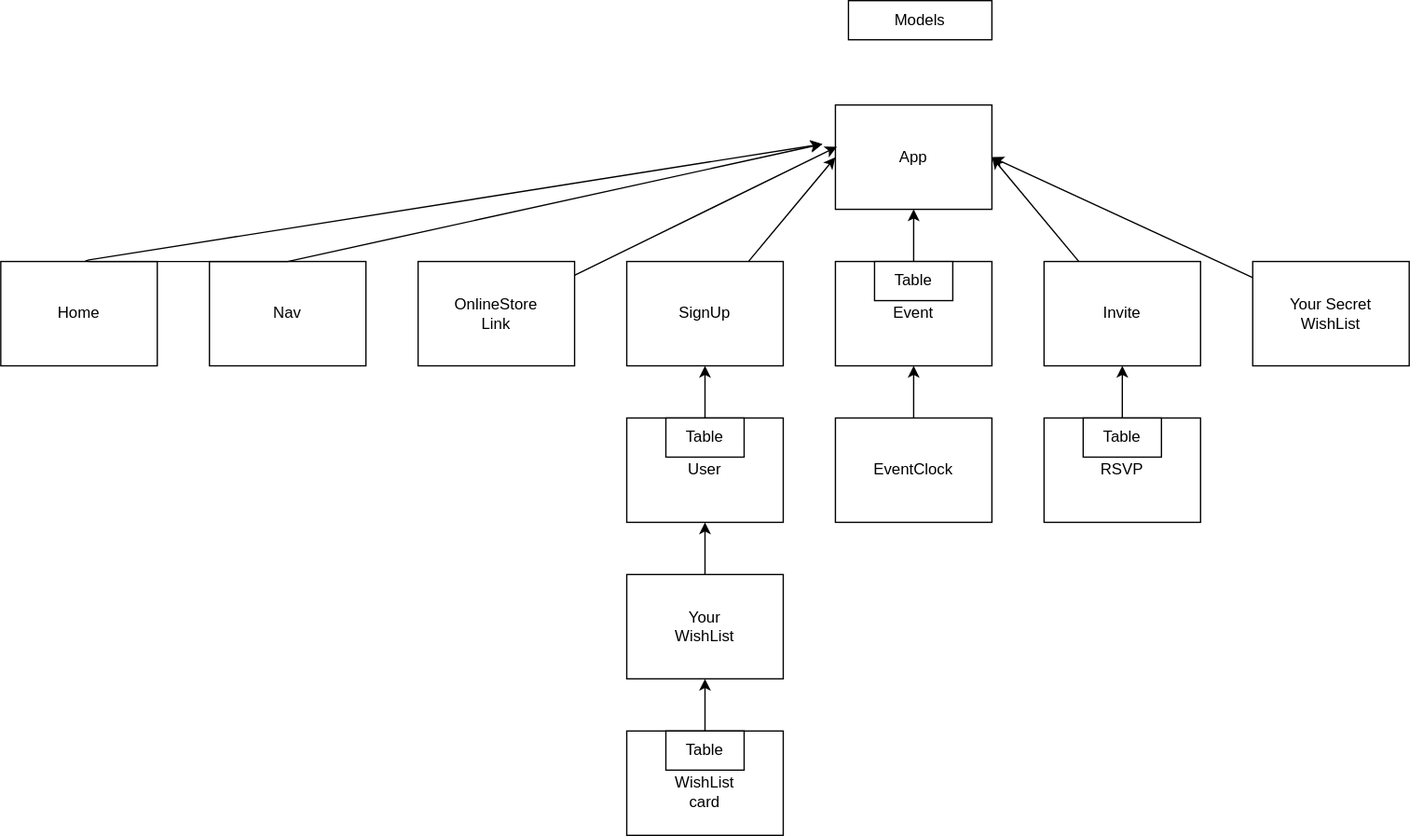
Above: Diagram/.drawio.svg in ChloeCCPeng/Phase-4-project-secret-santa (draw.io), before the change. Source tidied: cells renumbered, new cells last; positions are measured from the earlier drawing's top-left corner, leaving out a move shared by most shapes.
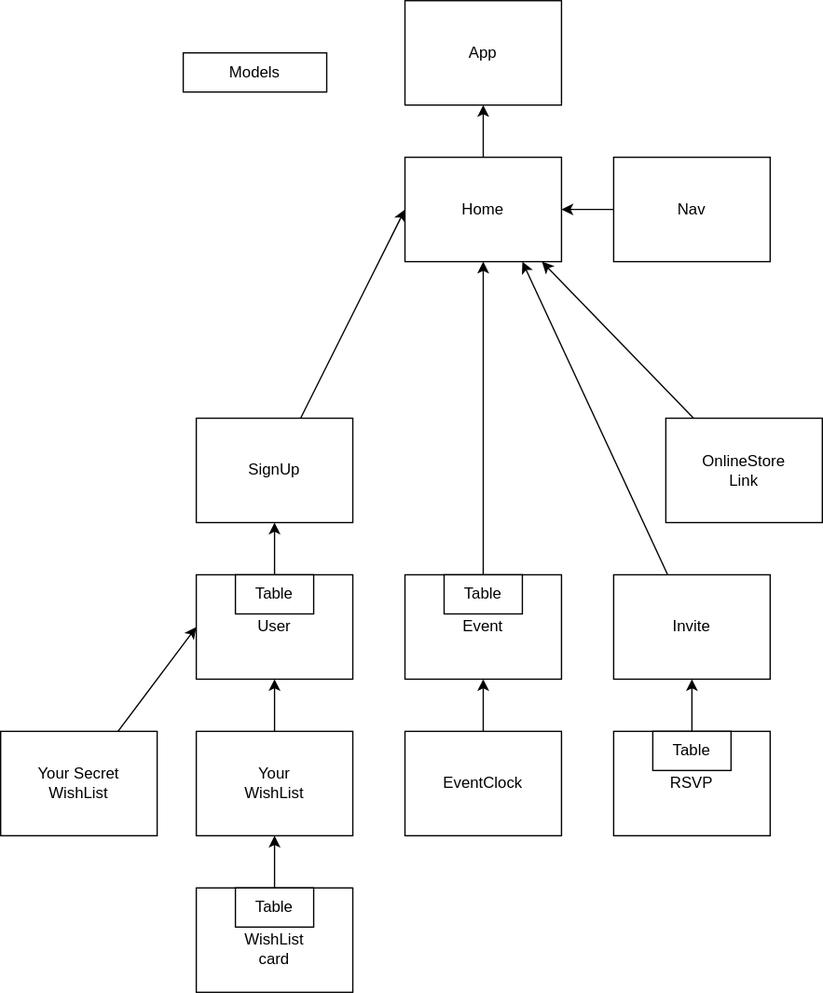
After the change.

Change to the diagram source:
```diff
@@ -3,103 +3,94 @@
     <mxCell id="0" />
     <mxCell id="1" parent="0" />
     <mxCell id="2" value="App" style="rounded=0;whiteSpace=wrap;html=1;" parent="1" vertex="1">
-      <mxGeometry x="640" y="80" width="120" height="80" as="geometry" />
+      <mxGeometry x="640" y="-80" width="120" height="80" as="geometry" />
     </mxCell>
-    <mxCell id="3" style="edgeStyle=none;html=1;entryX=0;entryY=0.5;entryDx=0;entryDy=0;" parent="1" edge="1" source="4" target="2">
-      <mxGeometry relative="1" as="geometry" />
-    </mxCell>
+    <mxCell id="32" style="edgeStyle=none;html=1;entryX=0;entryY=0.5;entryDx=0;entryDy=0;" parent="1" edge="1" source="4" target="25">
+      <mxGeometry relative="1" as="geometry" />
+    </mxCell>
     <mxCell id="4" value="SignUp" style="rounded=0;whiteSpace=wrap;html=1;" parent="1" vertex="1">
-      <mxGeometry x="480" y="200" width="120" height="80" as="geometry" />
+      <mxGeometry x="480" y="240" width="120" height="80" as="geometry" />
     </mxCell>
-    <mxCell id="5" style="edgeStyle=none;html=1;" parent="1" edge="1" source="6" target="2">
+    <mxCell id="5" style="edgeStyle=none;html=1;startArrow=none;" parent="1" edge="1" source="25" target="2">
       <mxGeometry relative="1" as="geometry" />
     </mxCell>
+    <mxCell id="33" style="edgeStyle=none;html=1;entryX=0.5;entryY=1;entryDx=0;entryDy=0;" parent="1" edge="1" source="6" target="25">
+      <mxGeometry relative="1" as="geometry" />
+    </mxCell>
     <mxCell id="6" value="Event" style="rounded=0;whiteSpace=wrap;html=1;" parent="1" vertex="1">
-      <mxGeometry x="640" y="200" width="120" height="80" as="geometry" />
+      <mxGeometry x="640" y="360" width="120" height="80" as="geometry" />
     </mxCell>
     <mxCell id="7" style="edgeStyle=none;html=1;" parent="1" edge="1" source="8" target="22">
       <mxGeometry relative="1" as="geometry" />
     </mxCell>
     <mxCell id="8" value="Your&lt;br&gt;WishList" style="rounded=0;whiteSpace=wrap;html=1;" parent="1" vertex="1">
-      <mxGeometry x="480" y="440" width="120" height="80" as="geometry" />
+      <mxGeometry x="480" y="480" width="120" height="80" as="geometry" />
     </mxCell>
-    <mxCell id="9" style="edgeStyle=none;html=1;entryX=1;entryY=0.5;entryDx=0;entryDy=0;" parent="1" edge="1" source="10" target="2">
-      <mxGeometry relative="1" as="geometry" />
-    </mxCell>
+    <mxCell id="34" style="edgeStyle=none;html=1;entryX=0.75;entryY=1;entryDx=0;entryDy=0;" parent="1" edge="1" source="10" target="25">
+      <mxGeometry relative="1" as="geometry" />
+    </mxCell>
     <mxCell id="10" value="Invite" style="rounded=0;whiteSpace=wrap;html=1;" parent="1" vertex="1">
-      <mxGeometry x="800" y="200" width="120" height="80" as="geometry" />
+      <mxGeometry x="800" y="360" width="120" height="80" as="geometry" />
     </mxCell>
     <mxCell id="11" style="edgeStyle=none;html=1;" parent="1" edge="1" source="12" target="6">
       <mxGeometry relative="1" as="geometry" />
     </mxCell>
     <mxCell id="12" value="EventClock" style="rounded=0;whiteSpace=wrap;html=1;" parent="1" vertex="1">
-      <mxGeometry x="640" y="320" width="120" height="80" as="geometry" />
+      <mxGeometry x="640" y="480" width="120" height="80" as="geometry" />
     </mxCell>
-    <mxCell id="13" style="edgeStyle=none;html=1;entryX=0.01;entryY=0.4;entryDx=0;entryDy=0;entryPerimeter=0;" parent="1" edge="1" source="14" target="2">
-      <mxGeometry relative="1" as="geometry" />
-    </mxCell>
+    <mxCell id="35" style="edgeStyle=none;html=1;entryX=0.875;entryY=1;entryDx=0;entryDy=0;entryPerimeter=0;" parent="1" edge="1" source="14" target="25">
+      <mxGeometry relative="1" as="geometry" />
+    </mxCell>
     <mxCell id="14" value="OnlineStore&lt;br&gt;Link" style="rounded=0;whiteSpace=wrap;html=1;" parent="1" vertex="1">
-      <mxGeometry x="320" y="200" width="120" height="80" as="geometry" />
+      <mxGeometry x="840" y="240" width="120" height="80" as="geometry" />
     </mxCell>
     <mxCell id="15" style="edgeStyle=none;html=1;" parent="1" edge="1" source="16" target="10">
       <mxGeometry relative="1" as="geometry" />
     </mxCell>
     <mxCell id="16" value="RSVP" style="rounded=0;whiteSpace=wrap;html=1;" parent="1" vertex="1">
-      <mxGeometry x="800" y="320" width="120" height="80" as="geometry" />
+      <mxGeometry x="800" y="480" width="120" height="80" as="geometry" />
     </mxCell>
     <mxCell id="17" style="edgeStyle=none;html=1;" parent="1" edge="1" source="18" target="8">
       <mxGeometry relative="1" as="geometry" />
     </mxCell>
     <mxCell id="18" value="&lt;br&gt;WishList&lt;br&gt;card" style="rounded=0;whiteSpace=wrap;html=1;" parent="1" vertex="1">
-      <mxGeometry x="480" y="560" width="120" height="80" as="geometry" />
+      <mxGeometry x="480" y="600" width="120" height="80" as="geometry" />
     </mxCell>
-    <mxCell id="19" style="edgeStyle=none;html=1;" parent="1" edge="1" source="20">
-      <mxGeometry relative="1" as="geometry">
-        <mxPoint x="760" y="120" as="targetPoint" />
-      </mxGeometry>
-    </mxCell>
+    <mxCell id="36" style="edgeStyle=none;html=1;entryX=0;entryY=0.5;entryDx=0;entryDy=0;" parent="1" edge="1" source="20" target="22">
+      <mxGeometry relative="1" as="geometry" />
+    </mxCell>
     <mxCell id="20" value="Your Secret&amp;nbsp;&lt;br&gt;WishList" style="rounded=0;whiteSpace=wrap;html=1;" parent="1" vertex="1">
-      <mxGeometry x="960" y="200" width="120" height="80" as="geometry" />
+      <mxGeometry x="330" y="480" width="120" height="80" as="geometry" />
     </mxCell>
     <mxCell id="21" style="edgeStyle=none;html=1;" parent="1" edge="1" source="22" target="4">
       <mxGeometry relative="1" as="geometry" />
     </mxCell>
     <mxCell id="22" value="User" style="rounded=0;whiteSpace=wrap;html=1;" parent="1" vertex="1">
-      <mxGeometry x="480" y="320" width="120" height="80" as="geometry" />
+      <mxGeometry x="480" y="360" width="120" height="80" as="geometry" />
     </mxCell>
+    <mxCell id="37" style="edgeStyle=none;html=1;" parent="1" edge="1" source="23" target="25">
+      <mxGeometry relative="1" as="geometry" />
+    </mxCell>
     <mxCell id="23" value="Nav" style="rounded=0;whiteSpace=wrap;html=1;" parent="1" vertex="1">
-      <mxGeometry x="160" y="200" width="120" height="80" as="geometry" />
+      <mxGeometry x="800" y="40" width="120" height="80" as="geometry" />
     </mxCell>
-    <mxCell id="24" style="edgeStyle=none;html=1;exitX=0.5;exitY=0;exitDx=0;exitDy=0;" parent="1" edge="1" source="23">
-      <mxGeometry relative="1" as="geometry">
-        <mxPoint x="630" y="110" as="targetPoint" />
-      </mxGeometry>
-    </mxCell>
-    <mxCell id="25" value="Home" style="rounded=0;whiteSpace=wrap;html=1;" parent="1" vertex="1">
-      <mxGeometry y="200" width="120" height="80" as="geometry" />
-    </mxCell>
-    <mxCell id="26" style="edgeStyle=none;html=1;exitX=0.5;exitY=0;exitDx=0;exitDy=0;" parent="1" edge="1" source="23">
-      <mxGeometry relative="1" as="geometry">
-        <mxPoint x="630" y="110" as="targetPoint" />
-        <Array as="points">
-          <mxPoint x="60" y="200" />
-        </Array>
-      </mxGeometry>
-    </mxCell>
     <mxCell id="27" value="Models" style="rounded=0;whiteSpace=wrap;html=1;" parent="1" vertex="1">
-      <mxGeometry x="650" width="110" height="30" as="geometry" />
+      <mxGeometry x="470" y="-40" width="110" height="30" as="geometry" />
     </mxCell>
     <mxCell id="28" value="Table" style="rounded=0;whiteSpace=wrap;html=1;" parent="1" vertex="1">
-      <mxGeometry x="670" y="200" width="60" height="30" as="geometry" />
+      <mxGeometry x="670" y="360" width="60" height="30" as="geometry" />
     </mxCell>
     <mxCell id="29" value="Table" style="rounded=0;whiteSpace=wrap;html=1;" parent="1" vertex="1">
-      <mxGeometry x="510" y="320" width="60" height="30" as="geometry" />
+      <mxGeometry x="510" y="360" width="60" height="30" as="geometry" />
     </mxCell>
     <mxCell id="30" value="Table" style="rounded=0;whiteSpace=wrap;html=1;" parent="1" vertex="1">
-      <mxGeometry x="510" y="560" width="60" height="30" as="geometry" />
+      <mxGeometry x="510" y="600" width="60" height="30" as="geometry" />
     </mxCell>
     <mxCell id="31" value="Table" style="rounded=0;whiteSpace=wrap;html=1;" parent="1" vertex="1">
-      <mxGeometry x="830" y="320" width="60" height="30" as="geometry" />
+      <mxGeometry x="830" y="480" width="60" height="30" as="geometry" />
     </mxCell>
+    <mxCell id="25" value="Home" style="rounded=0;whiteSpace=wrap;html=1;" parent="1" vertex="1">
+      <mxGeometry x="640" y="40" width="120" height="80" as="geometry" />
+    </mxCell>
   </root>
 </mxGraphModel>
```
